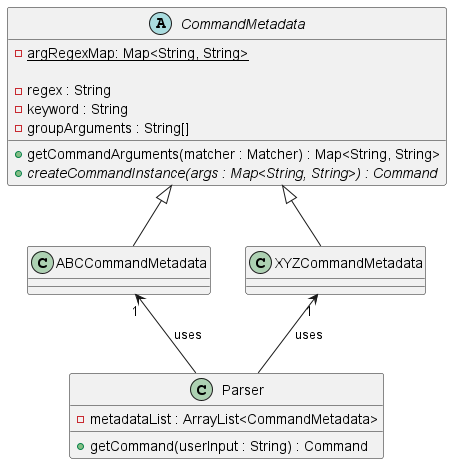
The PlantUML diagram docs/diagrams/ParserClassDiagram.png in fungg0/tp, before a commit. Source of this version:
```plantuml
@startuml

class Parser {
    - metadataList : ArrayList<CommandMetadata>
    + getCommand(userInput : String) : Command
}

abstract class CommandMetadata {
    - {static} argRegexMap: Map<String, String>

    - regex : String
    - keyword : String
    - groupArguments : String[]

    + getCommandArguments(matcher : Matcher) : Map<String, String>
    + {abstract} createCommandInstance(args : Map<String, String>) : Command
}

class ABCCommandMetadata extends CommandMetadata {}
class XYZCommandMetadata extends CommandMetadata {}

Parser -up-> "1" XYZCommandMetadata : uses
Parser -up-> "1" ABCCommandMetadata : uses



@enduml
```
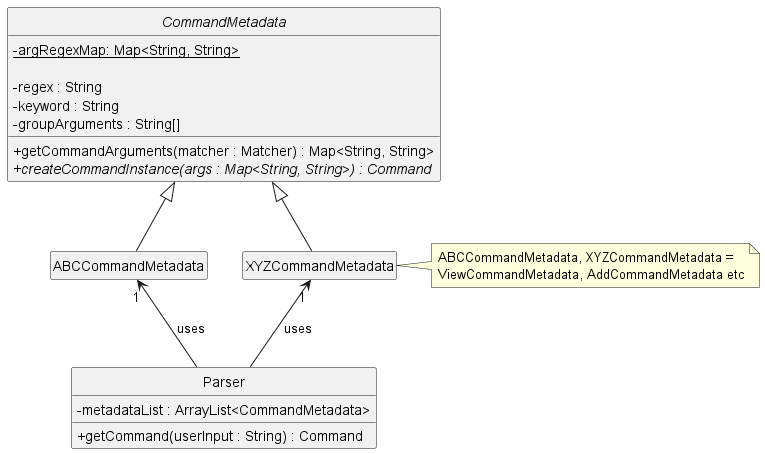
After the commit.

Commit message:
Update DG on `Parser`&`User` design/implementation

What changed in the source:
```diff
@@ -1,4 +1,8 @@
 @startuml
+
+skinparam classAttributeIconSize 0
+hide empty members
+hide circle
 
 class Parser {
     - metadataList : ArrayList<CommandMetadata>
@@ -19,9 +23,12 @@
 class ABCCommandMetadata extends CommandMetadata {}
 class XYZCommandMetadata extends CommandMetadata {}
 
+note right of XYZCommandMetadata
+  ABCCommandMetadata, XYZCommandMetadata =
+  ViewCommandMetadata, AddCommandMetadata etc
+end note
+
 Parser -up-> "1" XYZCommandMetadata : uses
 Parser -up-> "1" ABCCommandMetadata : uses
 
-
-
 @enduml
```
